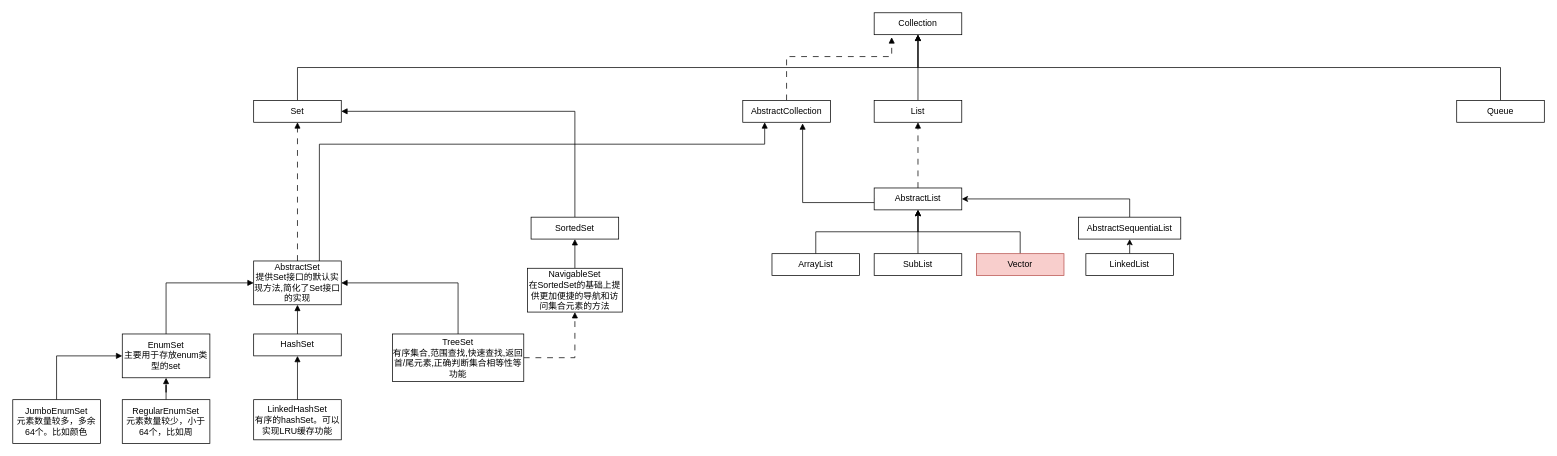
Forri1996/draw.io keeps this draw.io diagram as java-collection.drawio. Above is the earlier version. Source tidied: cells renumbered, new cells numbered last; positions are measured from the earlier drawing's top-left corner, leaving out a move shared by most shapes. Both pictures are drawn from the tidied source at 73%, with x=0, y=0 at pixel (12, 12).
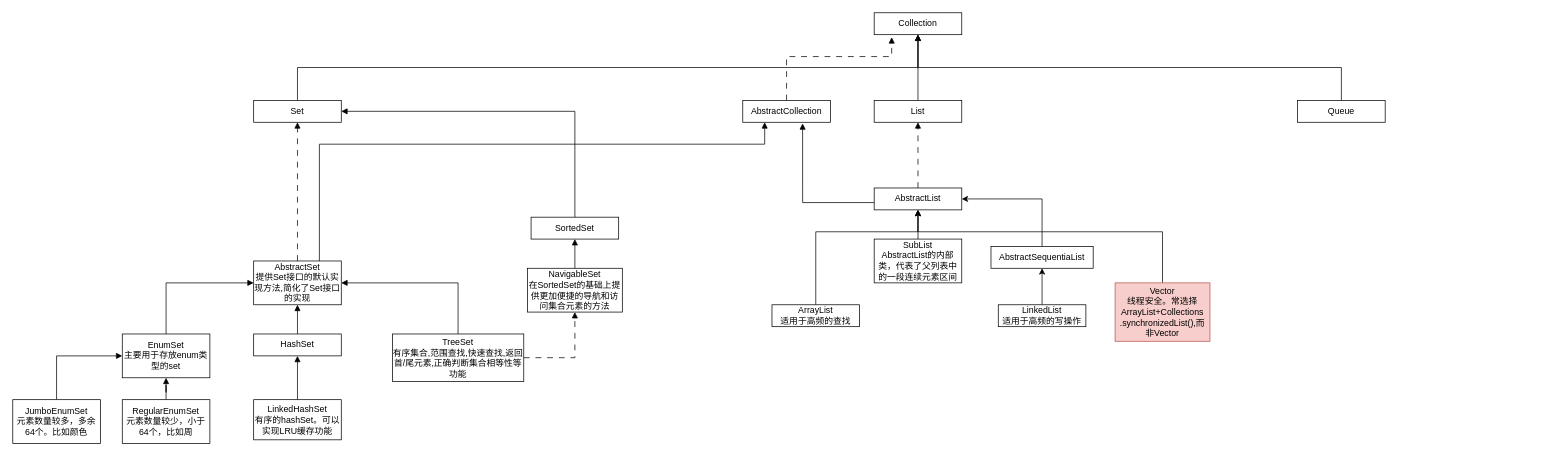
After the change.

The change refers to these unchanged cells:
```xml
<mxCell id="33" value="AbstractList" style="rounded=0;whiteSpace=wrap;html=1;" parent="1" vertex="1">
  <mxGeometry x="1180" y="240" width="120" height="30" as="geometry" />
</mxCell>
```

What changed in the source:
```diff
@@
     <mxCell id="8" value="Queue" style="rounded=0;whiteSpace=wrap;html=1;" parent="1" vertex="1">
-      <mxGeometry x="1978" y="120" width="120" height="30" as="geometry" />
+      <mxGeometry x="1760" y="120" width="120" height="30" as="geometry" />
     </mxCell>
@@
-    <mxCell id="35" value="SubList" style="rounded=0;whiteSpace=wrap;html=1;" parent="1" vertex="1">
-      <mxGeometry x="1180" y="330" width="120" height="30" as="geometry" />
+    <mxCell id="35" value="SubList&lt;br&gt;AbstractList的内部类，代表了父列表中的一段连续元素区间" style="rounded=0;whiteSpace=wrap;html=1;" parent="1" vertex="1">
+      <mxGeometry x="1180" y="310" width="120" height="60" as="geometry" />
     </mxCell>
     <mxCell id="36" style="edgeStyle=orthogonalEdgeStyle;rounded=0;jettySize=auto;html=1;exitX=0.5;exitY=0;exitDx=0;exitDy=0;entryX=0.5;entryY=1;entryDx=0;entryDy=0;" parent="1" edge="1" source="37" target="33">
-      <mxGeometry relative="1" as="geometry" />
+      <mxGeometry relative="1" as="geometry">
+        <Array as="points">
+          <mxPoint x="1100" y="300" />
+          <mxPoint x="1240" y="300" />
+        </Array>
+      </mxGeometry>
     </mxCell>
-    <mxCell id="37" value="ArrayList" style="rounded=0;whiteSpace=wrap;html=1;" parent="1" vertex="1">
-      <mxGeometry x="1040" y="330" width="120" height="30" as="geometry" />
+    <mxCell id="37" value="ArrayList&lt;br&gt;适用于高频的查找" style="rounded=0;whiteSpace=wrap;html=1;" parent="1" vertex="1">
+      <mxGeometry x="1040" y="400" width="120" height="30" as="geometry" />
     </mxCell>
     <mxCell id="38" style="edgeStyle=orthogonalEdgeStyle;rounded=0;jettySize=auto;html=1;exitX=0.5;exitY=0;exitDx=0;exitDy=0;entryX=0.5;entryY=1;entryDx=0;entryDy=0;" parent="1" edge="1" source="39" target="33">
-      <mxGeometry relative="1" as="geometry" />
+      <mxGeometry relative="1" as="geometry">
+        <Array as="points">
+          <mxPoint x="1575" y="300" />
+          <mxPoint x="1240" y="300" />
+        </Array>
+      </mxGeometry>
     </mxCell>
-    <mxCell id="39" value="Vector" style="rounded=0;whiteSpace=wrap;html=1;fillColor=#f8cecc;strokeColor=#b85450;" parent="1" vertex="1">
-      <mxGeometry x="1320" y="330" width="120" height="30" as="geometry" />
+    <mxCell id="39" value="Vector&lt;br&gt;线程安全。常选择ArrayList+Collections&lt;br&gt;.synchronizedList(),而非Vector" style="rounded=0;whiteSpace=wrap;html=1;fillColor=#f8cecc;strokeColor=#b85450;" parent="1" vertex="1">
+      <mxGeometry x="1510" y="370" width="130" height="80" as="geometry" />
     </mxCell>
@@
     <mxCell id="41" value="AbstractSequentiaList" style="rounded=0;whiteSpace=wrap;html=1;" parent="1" vertex="1">
-      <mxGeometry x="1460" y="280" width="140" height="30" as="geometry" />
+      <mxGeometry x="1340" y="320" width="140" height="30" as="geometry" />
     </mxCell>
@@
-    <mxCell id="43" value="LinkedList" style="rounded=0;whiteSpace=wrap;html=1;" parent="1" vertex="1">
-      <mxGeometry x="1470" y="330" width="120" height="30" as="geometry" />
+    <mxCell id="43" value="LinkedList&lt;br&gt;适用于高频的写操作" style="rounded=0;whiteSpace=wrap;html=1;" parent="1" vertex="1">
+      <mxGeometry x="1350" y="400" width="120" height="30" as="geometry" />
     </mxCell>
```
